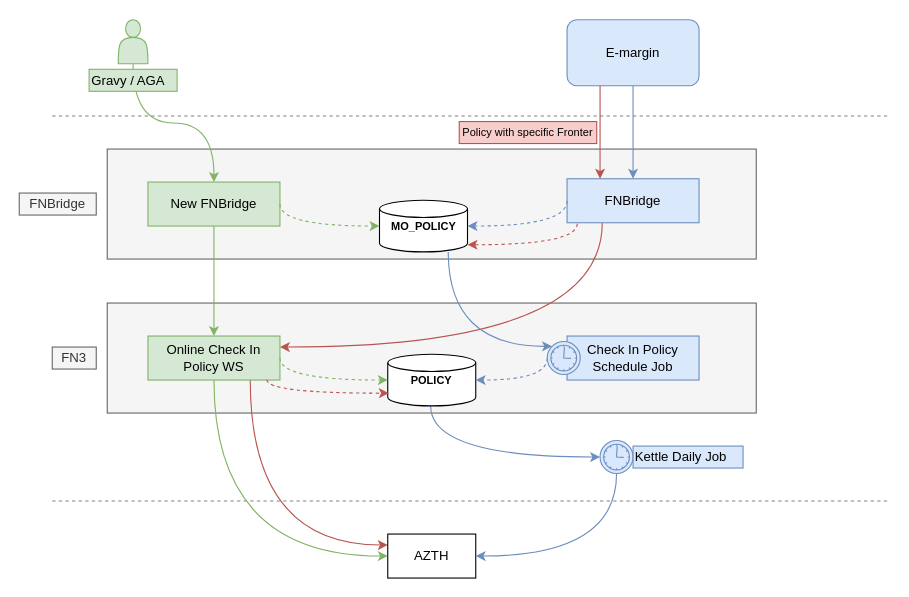
phatcharalaw/my-doc keeps this draw.io diagram as AZTH-NewFNBridgeAPI.drawio. Above is the earlier version. Source tidied: cells renumbered, new cells numbered last; positions are measured from the earlier drawing's top-left corner, leaving out a move shared by most shapes. Both pictures are drawn from the tidied source at 110%, with x=0, y=0 at pixel (19, 19).
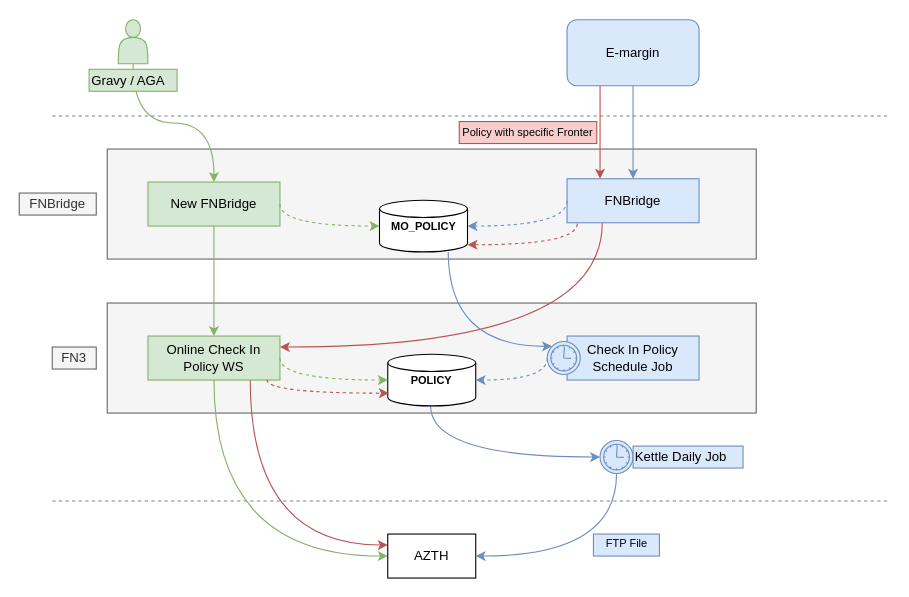
After the change.

What changed in the source:
```diff
@@
+    <mxCell id="38" value="FTP File" style="text;html=1;align=center;verticalAlign=top;spacingTop=-4;fillColor=#dae8fc;strokeColor=#6c8ebf;fontSize=10;" parent="1" vertex="1">
+      <mxGeometry x="522" y="468" width="60" height="20" as="geometry" />
+    </mxCell>
```
